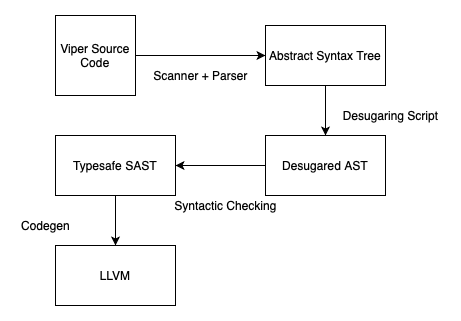
Above: misc/architecture.png in raghavmecheri/viper (draw.io), before the change. Source tidied: cells renumbered, new cells last; positions are measured from the earlier drawing's top-left corner, leaving out a move shared by most shapes. Its diagram source:
```xml
<mxGraphModel>
  <root>
    <mxCell id="0" />
    <mxCell id="1" parent="0" />
    <mxCell id="2" style="edgeStyle=orthogonalEdgeStyle;rounded=0;jettySize=auto;html=1;" parent="1" edge="1" source="3" target="5">
      <mxGeometry relative="1" as="geometry" />
    </mxCell>
    <mxCell id="3" value="Viper Source Code" style="whiteSpace=wrap;html=1;" parent="1" vertex="1">
      <mxGeometry x="40" width="80" height="80" as="geometry" />
    </mxCell>
    <mxCell id="4" style="edgeStyle=orthogonalEdgeStyle;rounded=0;jettySize=auto;html=1;" parent="1" edge="1" source="5" target="8">
      <mxGeometry relative="1" as="geometry" />
    </mxCell>
    <mxCell id="5" value="Abstract Syntax Tree" style="rounded=0;whiteSpace=wrap;html=1;" parent="1" vertex="1">
      <mxGeometry x="250" y="10" width="120" height="60" as="geometry" />
    </mxCell>
    <mxCell id="6" value="Scanner + Parser" style="text;html=1;align=center;verticalAlign=middle;strokeColor=none;" parent="1" vertex="1">
      <mxGeometry x="130" y="50" width="110" height="20" as="geometry" />
    </mxCell>
    <mxCell id="7" style="edgeStyle=orthogonalEdgeStyle;rounded=0;jettySize=auto;html=1;" parent="1" edge="1" source="8" target="11">
      <mxGeometry relative="1" as="geometry" />
    </mxCell>
    <mxCell id="8" value="Desugared AST" style="rounded=0;whiteSpace=wrap;html=1;" parent="1" vertex="1">
      <mxGeometry x="250" y="120" width="120" height="60" as="geometry" />
    </mxCell>
    <mxCell id="9" value="Desugaring Script" style="text;html=1;align=center;verticalAlign=middle;strokeColor=none;" parent="1" vertex="1">
      <mxGeometry x="320" y="90" width="110" height="20" as="geometry" />
    </mxCell>
    <mxCell id="10" style="edgeStyle=orthogonalEdgeStyle;rounded=0;jettySize=auto;html=1;" parent="1" edge="1" source="11" target="13">
      <mxGeometry relative="1" as="geometry" />
    </mxCell>
    <mxCell id="11" value="Typesafe SAST" style="rounded=0;whiteSpace=wrap;html=1;" parent="1" vertex="1">
      <mxGeometry x="40" y="120" width="120" height="60" as="geometry" />
    </mxCell>
    <mxCell id="12" value="Syntactic Checking" style="text;html=1;align=center;verticalAlign=middle;strokeColor=none;" parent="1" vertex="1">
      <mxGeometry x="150" y="180" width="120" height="20" as="geometry" />
    </mxCell>
    <mxCell id="13" value="LLVM" style="rounded=0;whiteSpace=wrap;html=1;" parent="1" vertex="1">
      <mxGeometry x="40" y="230" width="120" height="60" as="geometry" />
    </mxCell>
    <mxCell id="14" value="Codegen" style="text;html=1;align=center;verticalAlign=middle;strokeColor=none;" parent="1" vertex="1">
      <mxGeometry y="200" width="60" height="20" as="geometry" />
    </mxCell>
  </root>
</mxGraphModel>
```
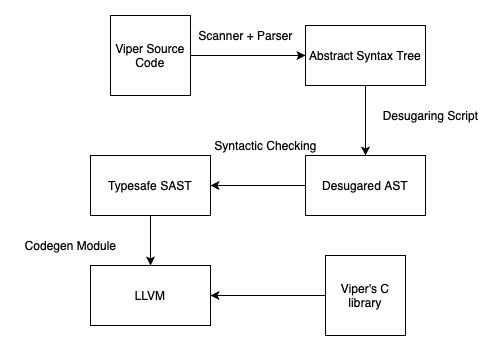
Above is the later version.

Diff of the diagram source:
```diff
@@ -6,40 +6,46 @@
       <mxGeometry relative="1" as="geometry" />
     </mxCell>
     <mxCell id="3" value="Viper Source Code" style="whiteSpace=wrap;html=1;" parent="1" vertex="1">
-      <mxGeometry x="40" width="80" height="80" as="geometry" />
+      <mxGeometry x="295" width="80" height="80" as="geometry" />
     </mxCell>
     <mxCell id="4" style="edgeStyle=orthogonalEdgeStyle;rounded=0;jettySize=auto;html=1;" parent="1" edge="1" source="5" target="8">
       <mxGeometry relative="1" as="geometry" />
     </mxCell>
     <mxCell id="5" value="Abstract Syntax Tree" style="rounded=0;whiteSpace=wrap;html=1;" parent="1" vertex="1">
-      <mxGeometry x="250" y="10" width="120" height="60" as="geometry" />
+      <mxGeometry x="490" y="10" width="120" height="60" as="geometry" />
     </mxCell>
     <mxCell id="6" value="Scanner + Parser" style="text;html=1;align=center;verticalAlign=middle;strokeColor=none;" parent="1" vertex="1">
-      <mxGeometry x="130" y="50" width="110" height="20" as="geometry" />
+      <mxGeometry x="375" y="10" width="110" height="20" as="geometry" />
     </mxCell>
     <mxCell id="7" style="edgeStyle=orthogonalEdgeStyle;rounded=0;jettySize=auto;html=1;" parent="1" edge="1" source="8" target="11">
       <mxGeometry relative="1" as="geometry" />
     </mxCell>
     <mxCell id="8" value="Desugared AST" style="rounded=0;whiteSpace=wrap;html=1;" parent="1" vertex="1">
-      <mxGeometry x="250" y="120" width="120" height="60" as="geometry" />
+      <mxGeometry x="490" y="140" width="120" height="60" as="geometry" />
     </mxCell>
     <mxCell id="9" value="Desugaring Script" style="text;html=1;align=center;verticalAlign=middle;strokeColor=none;" parent="1" vertex="1">
-      <mxGeometry x="320" y="90" width="110" height="20" as="geometry" />
+      <mxGeometry x="560" y="90" width="110" height="20" as="geometry" />
     </mxCell>
     <mxCell id="10" style="edgeStyle=orthogonalEdgeStyle;rounded=0;jettySize=auto;html=1;" parent="1" edge="1" source="11" target="13">
       <mxGeometry relative="1" as="geometry" />
     </mxCell>
     <mxCell id="11" value="Typesafe SAST" style="rounded=0;whiteSpace=wrap;html=1;" parent="1" vertex="1">
-      <mxGeometry x="40" y="120" width="120" height="60" as="geometry" />
+      <mxGeometry x="275" y="140" width="120" height="60" as="geometry" />
     </mxCell>
     <mxCell id="12" value="Syntactic Checking" style="text;html=1;align=center;verticalAlign=middle;strokeColor=none;" parent="1" vertex="1">
-      <mxGeometry x="150" y="180" width="120" height="20" as="geometry" />
+      <mxGeometry x="390" y="120" width="120" height="20" as="geometry" />
     </mxCell>
     <mxCell id="13" value="LLVM" style="rounded=0;whiteSpace=wrap;html=1;" parent="1" vertex="1">
-      <mxGeometry x="40" y="230" width="120" height="60" as="geometry" />
+      <mxGeometry x="275" y="250" width="120" height="60" as="geometry" />
     </mxCell>
-    <mxCell id="14" value="Codegen" style="text;html=1;align=center;verticalAlign=middle;strokeColor=none;" parent="1" vertex="1">
-      <mxGeometry y="200" width="60" height="20" as="geometry" />
+    <mxCell id="14" value="Codegen Module" style="text;html=1;align=center;verticalAlign=middle;strokeColor=none;" parent="1" vertex="1">
+      <mxGeometry x="200" y="220" width="110" height="20" as="geometry" />
     </mxCell>
+    <mxCell id="15" style="edgeStyle=orthogonalEdgeStyle;rounded=0;jettySize=auto;html=1;" parent="1" edge="1" source="16" target="13">
+      <mxGeometry relative="1" as="geometry" />
+    </mxCell>
+    <mxCell id="16" value="Viper's C library" style="whiteSpace=wrap;html=1;" parent="1" vertex="1">
+      <mxGeometry x="510" y="240" width="80" height="80" as="geometry" />
+    </mxCell>
   </root>
 </mxGraphModel>
```
